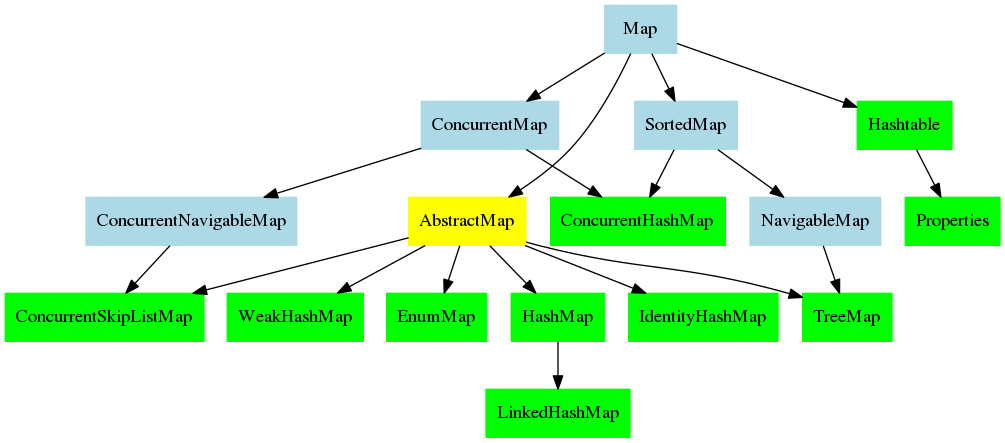
StephanPraetsch/Datenstrukturen keeps this Graphviz diagram as java.util.Map/java.util.Map.overview.png. Above is the earlier version. Its source is kept beside it as java.util.Map/java.util.Map.overview.dot.
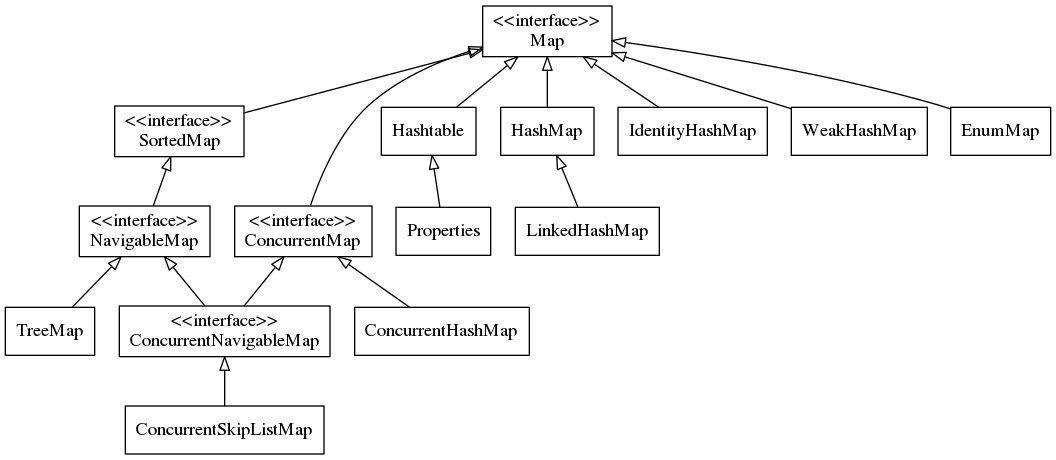
The same diagram one commit later.

Commit message:
java.util.Set.overview.png an UML ähnliches Darstellung angepasst, Bugs gefixt

Change to the diagram source:
```diff
@@ -1,44 +1,36 @@
 digraph G {
 
-	{
-		node [shape=box, style=filled, color=lightblue]
-		Map; ConcurrentMap; NavigableMap; ConcurrentNavigableMap; SortedMap;
-	}
-	{
-		node [shape=box, style=filled, color=yellow];
-		AbstractMap;
-	}
+        rankdir=BT
 
-	{
-		node [shape=box, style=filled, color=green];
-		Hashtable; HashMap; IdentityHashMap; WeakHashMap; ConcurrentSkipListMap;
-		EnumMap; TreeMap; LinkedHashMap; ConcurrentHashMap; Properties;
-	}
+        node [
+                shape = "record"
+        ]
 
-	Map -> AbstractMap
-	Map -> Hashtable
-	Map -> ConcurrentMap
-	Map -> SortedMap
+        edge [
+                arrowhead = "empty"
+        ]
 
-	AbstractMap -> HashMap
-	AbstractMap -> IdentityHashMap
-	AbstractMap -> WeakHashMap
-	AbstractMap -> ConcurrentSkipListMap
-	AbstractMap -> EnumMap
-	AbstractMap -> TreeMap
 
-	HashMap -> LinkedHashMap
+	Map [label="\<\<interface\>\>\nMap"]
+	ConcurrentMap [label="\<\<interface\>\>\nConcurrentMap"]
+	NavigableMap [label="\<\<interface\>\>\nNavigableMap"]
+	ConcurrentNavigableMap [label="\<\<interface\>\>\nConcurrentNavigableMap"]
+	SortedMap [label="\<\<interface\>\>\nSortedMap"]
 
-	SortedMap -> NavigableMap
-	SortedMap -> ConcurrentHashMap
-
-	ConcurrentMap -> ConcurrentHashMap
-	ConcurrentMap -> ConcurrentNavigableMap
-
-	ConcurrentNavigableMap -> ConcurrentSkipListMap
-
-	NavigableMap -> TreeMap
-
-	Hashtable -> Properties
+	Hashtable -> Map
+	ConcurrentMap -> Map
+	SortedMap -> Map
+	HashMap -> Map
+	IdentityHashMap -> Map
+	WeakHashMap -> Map
+	EnumMap -> Map
+	LinkedHashMap -> HashMap
+	NavigableMap -> SortedMap
+	ConcurrentHashMap -> ConcurrentMap
+	ConcurrentNavigableMap -> ConcurrentMap
+	ConcurrentNavigableMap -> NavigableMap
+	ConcurrentSkipListMap -> ConcurrentNavigableMap
+	TreeMap -> NavigableMap
+	Properties -> Hashtable
 
 }
```
